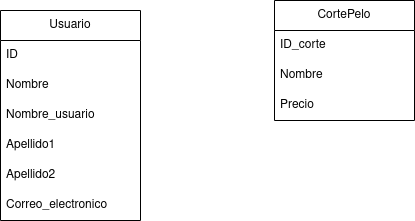
The draw.io diagram doc/entidad_relacion/DrawIO/Entidad-Relacion.png in Jorgeev27/Servicio-Peluqueria, before a commit. Source tidied: cells renumbered, new cells last; positions are measured from the earlier drawing's top-left corner, leaving out a move shared by most shapes. Source of this version:
```xml
<mxGraphModel>
  <root>
    <mxCell id="0" />
    <mxCell id="1" parent="0" />
    <mxCell id="2" value="CortePelo" style="swimlane;fontStyle=0;horizontal=1;startSize=30;whiteSpace=wrap;html=1;" parent="1" vertex="1">
      <mxGeometry x="274" width="140" height="120" as="geometry" />
    </mxCell>
    <mxCell id="3" value="ID_corte" style="text;strokeColor=none;fillColor=none;align=left;verticalAlign=middle;spacingLeft=4;spacingRight=4;overflow=hidden;whiteSpace=wrap;html=1;" parent="2" vertex="1">
      <mxGeometry y="30" width="140" height="30" as="geometry" />
    </mxCell>
    <mxCell id="4" value="Nombre" style="text;strokeColor=none;fillColor=none;align=left;verticalAlign=middle;spacingLeft=4;spacingRight=4;overflow=hidden;whiteSpace=wrap;html=1;" parent="2" vertex="1">
      <mxGeometry y="60" width="140" height="30" as="geometry" />
    </mxCell>
    <mxCell id="5" value="Precio" style="text;strokeColor=none;fillColor=none;align=left;verticalAlign=middle;spacingLeft=4;spacingRight=4;overflow=hidden;whiteSpace=wrap;html=1;" parent="2" vertex="1">
      <mxGeometry y="90" width="140" height="30" as="geometry" />
    </mxCell>
    <mxCell id="6" value="Usuario" style="swimlane;fontStyle=0;horizontal=1;startSize=30;whiteSpace=wrap;html=1;" parent="1" vertex="1">
      <mxGeometry y="10" width="140" height="210" as="geometry" />
    </mxCell>
    <mxCell id="7" value="ID" style="text;strokeColor=none;fillColor=none;align=left;verticalAlign=middle;spacingLeft=4;spacingRight=4;overflow=hidden;whiteSpace=wrap;html=1;" parent="6" vertex="1">
      <mxGeometry y="30" width="140" height="30" as="geometry" />
    </mxCell>
    <mxCell id="8" value="Nombre" style="text;strokeColor=none;fillColor=none;align=left;verticalAlign=middle;spacingLeft=4;spacingRight=4;overflow=hidden;whiteSpace=wrap;html=1;" parent="6" vertex="1">
      <mxGeometry y="60" width="140" height="30" as="geometry" />
    </mxCell>
    <mxCell id="9" value="Nombre_usuario" style="text;strokeColor=none;fillColor=none;align=left;verticalAlign=middle;spacingLeft=4;spacingRight=4;overflow=hidden;whiteSpace=wrap;html=1;" parent="6" vertex="1">
      <mxGeometry y="90" width="140" height="30" as="geometry" />
    </mxCell>
    <mxCell id="10" value="Apellido1" style="text;strokeColor=none;fillColor=none;align=left;verticalAlign=middle;spacingLeft=4;spacingRight=4;overflow=hidden;whiteSpace=wrap;html=1;" parent="6" vertex="1">
      <mxGeometry y="120" width="140" height="30" as="geometry" />
    </mxCell>
    <mxCell id="11" value="Apellido2" style="text;strokeColor=none;fillColor=none;align=left;verticalAlign=middle;spacingLeft=4;spacingRight=4;overflow=hidden;whiteSpace=wrap;html=1;" parent="6" vertex="1">
      <mxGeometry y="150" width="140" height="30" as="geometry" />
    </mxCell>
    <mxCell id="12" value="Correo_electronico" style="text;strokeColor=none;fillColor=none;align=left;verticalAlign=middle;spacingLeft=4;spacingRight=4;overflow=hidden;whiteSpace=wrap;html=1;" parent="6" vertex="1">
      <mxGeometry y="180" width="140" height="30" as="geometry" />
    </mxCell>
  </root>
</mxGraphModel>
```
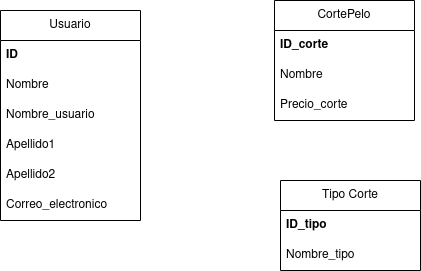
Later version of the same file.

The edit, as a diff of the source:
```diff
@@ -5,24 +5,24 @@
     <mxCell id="2" value="CortePelo" style="swimlane;fontStyle=0;horizontal=1;startSize=30;whiteSpace=wrap;html=1;" parent="1" vertex="1">
       <mxGeometry x="274" width="140" height="120" as="geometry" />
     </mxCell>
-    <mxCell id="3" value="ID_corte" style="text;strokeColor=none;fillColor=none;align=left;verticalAlign=middle;spacingLeft=4;spacingRight=4;overflow=hidden;whiteSpace=wrap;html=1;" parent="2" vertex="1">
+    <mxCell id="3" value="&lt;b&gt;ID_corte&lt;/b&gt;" style="text;strokeColor=none;fillColor=none;align=left;verticalAlign=middle;spacingLeft=4;spacingRight=4;overflow=hidden;whiteSpace=wrap;html=1;" parent="2" vertex="1">
       <mxGeometry y="30" width="140" height="30" as="geometry" />
     </mxCell>
-    <mxCell id="4" value="Nombre" style="text;strokeColor=none;fillColor=none;align=left;verticalAlign=middle;spacingLeft=4;spacingRight=4;overflow=hidden;whiteSpace=wrap;html=1;" parent="2" vertex="1">
-      <mxGeometry y="60" width="140" height="30" as="geometry" />
-    </mxCell>
-    <mxCell id="5" value="Precio" style="text;strokeColor=none;fillColor=none;align=left;verticalAlign=middle;spacingLeft=4;spacingRight=4;overflow=hidden;whiteSpace=wrap;html=1;" parent="2" vertex="1">
-      <mxGeometry y="90" width="140" height="30" as="geometry" />
-    </mxCell>
+    <mxCell id="13" value="Nombre" style="text;strokeColor=none;fillColor=none;align=left;verticalAlign=middle;spacingLeft=4;spacingRight=4;overflow=hidden;whiteSpace=wrap;html=1;" parent="2" vertex="1">
+      <mxGeometry y="60" width="140" height="30" as="geometry" />
+    </mxCell>
+    <mxCell id="14" value="&lt;div&gt;Precio_corte&lt;/div&gt;" style="text;strokeColor=none;fillColor=none;align=left;verticalAlign=middle;spacingLeft=4;spacingRight=4;overflow=hidden;whiteSpace=wrap;html=1;" parent="2" vertex="1">
+      <mxGeometry y="90" width="140" height="30" as="geometry" />
+    </mxCell>
     <mxCell id="6" value="Usuario" style="swimlane;fontStyle=0;horizontal=1;startSize=30;whiteSpace=wrap;html=1;" parent="1" vertex="1">
       <mxGeometry y="10" width="140" height="210" as="geometry" />
     </mxCell>
-    <mxCell id="7" value="ID" style="text;strokeColor=none;fillColor=none;align=left;verticalAlign=middle;spacingLeft=4;spacingRight=4;overflow=hidden;whiteSpace=wrap;html=1;" parent="6" vertex="1">
+    <mxCell id="7" value="&lt;b&gt;ID&lt;/b&gt;" style="text;strokeColor=none;fillColor=none;align=left;verticalAlign=middle;spacingLeft=4;spacingRight=4;overflow=hidden;whiteSpace=wrap;html=1;" parent="6" vertex="1">
       <mxGeometry y="30" width="140" height="30" as="geometry" />
     </mxCell>
-    <mxCell id="8" value="Nombre" style="text;strokeColor=none;fillColor=none;align=left;verticalAlign=middle;spacingLeft=4;spacingRight=4;overflow=hidden;whiteSpace=wrap;html=1;" parent="6" vertex="1">
-      <mxGeometry y="60" width="140" height="30" as="geometry" />
-    </mxCell>
+    <mxCell id="15" value="Nombre" style="text;strokeColor=none;fillColor=none;align=left;verticalAlign=middle;spacingLeft=4;spacingRight=4;overflow=hidden;whiteSpace=wrap;html=1;" parent="6" vertex="1">
+      <mxGeometry y="60" width="140" height="30" as="geometry" />
+    </mxCell>
     <mxCell id="9" value="Nombre_usuario" style="text;strokeColor=none;fillColor=none;align=left;verticalAlign=middle;spacingLeft=4;spacingRight=4;overflow=hidden;whiteSpace=wrap;html=1;" parent="6" vertex="1">
       <mxGeometry y="90" width="140" height="30" as="geometry" />
     </mxCell>
@@ -35,5 +35,14 @@
     <mxCell id="12" value="Correo_electronico" style="text;strokeColor=none;fillColor=none;align=left;verticalAlign=middle;spacingLeft=4;spacingRight=4;overflow=hidden;whiteSpace=wrap;html=1;" parent="6" vertex="1">
       <mxGeometry y="180" width="140" height="30" as="geometry" />
     </mxCell>
+    <mxCell id="16" value="Tipo Corte" style="swimlane;fontStyle=0;horizontal=1;startSize=30;whiteSpace=wrap;html=1;" parent="1" vertex="1">
+      <mxGeometry x="280" y="180" width="140" height="90" as="geometry" />
+    </mxCell>
+    <mxCell id="17" value="&lt;b&gt;ID_tipo&lt;/b&gt;" style="text;strokeColor=none;fillColor=none;align=left;verticalAlign=middle;spacingLeft=4;spacingRight=4;overflow=hidden;whiteSpace=wrap;html=1;" parent="16" vertex="1">
+      <mxGeometry y="30" width="140" height="30" as="geometry" />
+    </mxCell>
+    <mxCell id="18" value="Nombre_tipo" style="text;strokeColor=none;fillColor=none;align=left;verticalAlign=middle;spacingLeft=4;spacingRight=4;overflow=hidden;whiteSpace=wrap;html=1;" parent="16" vertex="1">
+      <mxGeometry y="60" width="140" height="30" as="geometry" />
+    </mxCell>
   </root>
 </mxGraphModel>
```
